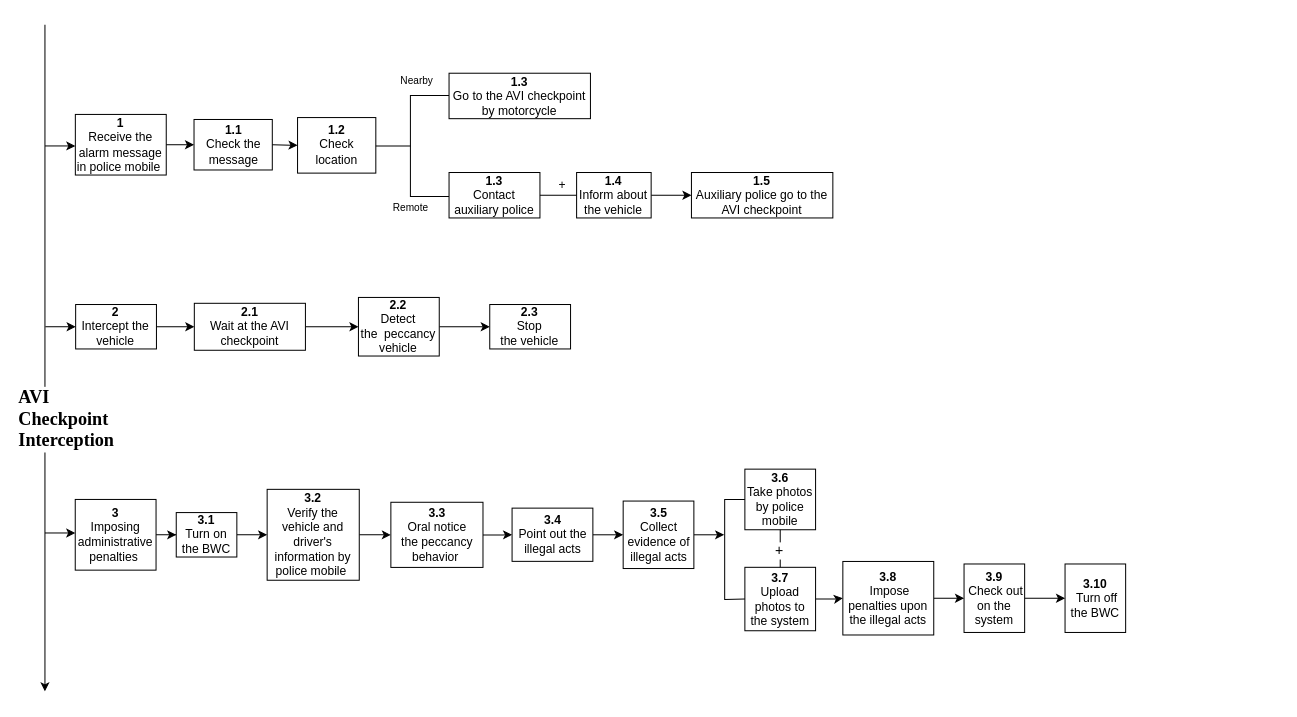
Earlier version of the draw.io diagram page "AVI" (3 of 6) of HTA_serious.drawio (PsychDuan/InfoVisual). Source tidied: cells renumbered, new cells numbered last; positions are measured from the earlier drawing's top-left corner, leaving out a move shared by most shapes. Both pictures are drawn from the tidied source at 101%, with x=0, y=0 at pixel (44, 24).
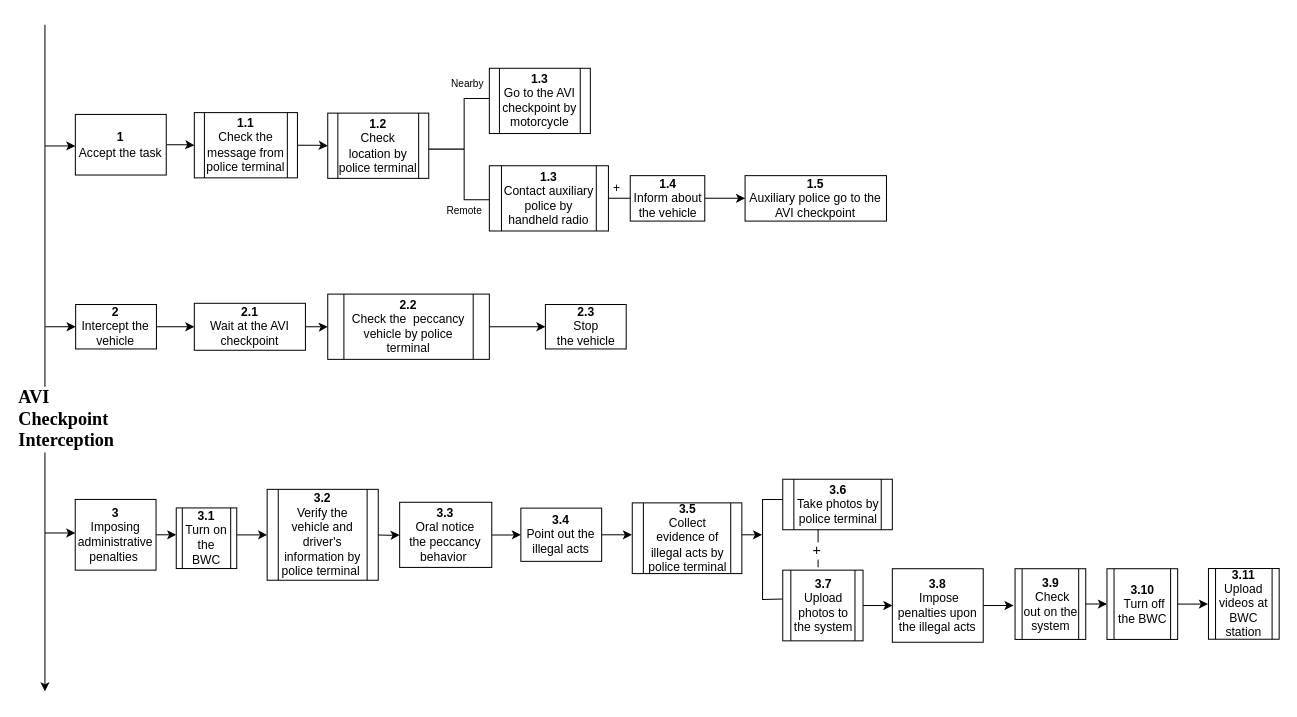
The same diagram, later.

Unchanged cells that the change refers to:
```xml
<mxCell id="30" value="&lt;b&gt;2.1&lt;br&gt;&lt;/b&gt;Wait at the AVI checkpoint" style="whiteSpace=wrap;html=1;rounded=0;" parent="1" vertex="1">
  <mxGeometry x="147.9" y="275.8" width="110" height="46.5" as="geometry" />
</mxCell>
<mxCell id="44" value="&lt;b&gt;3&lt;br&gt;&lt;/b&gt;Imposing administrative penalties&amp;nbsp;" style="whiteSpace=wrap;html=1;rounded=0;" parent="1" vertex="1">
  <mxGeometry x="30" y="470" width="80" height="70" as="geometry" />
</mxCell>
```

Change to the diagram source:
```diff
@@
+    <mxCell id="58" style="edgeStyle=orthogonalEdgeStyle;rounded=0;jettySize=auto;html=1;" parent="1" edge="1" source="5" target="61">
+      <mxGeometry relative="1" as="geometry" />
+    </mxCell>
-    <mxCell id="5" value="&lt;b&gt;1&lt;/b&gt;&lt;br&gt;Receive the alarm message&lt;br&gt;in police mobile&amp;nbsp;" style="rounded=0;whiteSpace=wrap;html=1;" parent="1" vertex="1">
+    <mxCell id="5" value="&lt;b&gt;1&lt;/b&gt;&lt;br&gt;Accept the task" style="rounded=0;whiteSpace=wrap;html=1;" parent="1" vertex="1">
       <mxGeometry x="30.1" y="88.8" width="90" height="60" as="geometry" />
     </mxCell>
@@
     <mxCell id="9" style="strokeWidth=1;html=1;shape=mxgraph.flowchart.annotation_2;align=left;labelPosition=right;" parent="1" vertex="1">
-      <mxGeometry x="323.6" y="70" width="76.5" height="100.1" as="geometry" />
+      <mxGeometry x="376.8" y="73.1" width="76.5" height="100.1" as="geometry" />
     </mxCell>
     <mxCell id="10" style="shape=table;startSize=0;childLayout=tableLayout;rowLines=0;fontStyle=0;align=center;strokeColor=none;fillColor=none;" parent="1" vertex="1">
-      <mxGeometry x="314.4" y="40" width="95" height="30" as="geometry" />
+      <mxGeometry x="364.5" y="43.1" width="95" height="30" as="geometry" />
     </mxCell>
@@
     <mxCell id="14" style="shape=table;startSize=0;childLayout=tableLayout;rowLines=0;fontStyle=0;align=center;strokeColor=none;fillColor=none;" parent="1" vertex="1">
-      <mxGeometry x="296.9" y="171" width="130" height="20.3" as="geometry" />
+      <mxGeometry x="350" y="174.1" width="130" height="20.3" as="geometry" />
     </mxCell>
@@
-    <mxCell id="18" value="&lt;b&gt;1.1&lt;/b&gt;&lt;br&gt;Check the message" style="whiteSpace=wrap;html=1;rounded=0;" parent="1" vertex="1">
-      <mxGeometry x="147.6" y="93.8" width="77.5" height="50" as="geometry" />
-    </mxCell>
-    <mxCell id="19" value="&lt;b&gt;1.2&lt;br&gt;&lt;/b&gt;Check location" style="whiteSpace=wrap;html=1;rounded=0;" parent="1" vertex="1">
-      <mxGeometry x="250.1" y="91.9" width="77.5" height="55" as="geometry" />
-    </mxCell>
-    <mxCell id="20" value="&lt;b&gt;1.3&lt;/b&gt;&lt;br&gt;Go to the AVI checkpoint by motorcycle" style="whiteSpace=wrap;html=1;rounded=0;" parent="1" vertex="1">
-      <mxGeometry x="400.1" y="48" width="140" height="45" as="geometry" />
-    </mxCell>
-    <mxCell id="21" value="&lt;b&gt;1.3&lt;/b&gt;&lt;br&gt;Contact auxiliary police" style="whiteSpace=wrap;html=1;rounded=0;" parent="1" vertex="1">
-      <mxGeometry x="400.1" y="146.3" width="90" height="45" as="geometry" />
-    </mxCell>
@@
     <mxCell id="23" value="&lt;b&gt;1.4&lt;/b&gt;&lt;br&gt;Inform about the vehicle" style="whiteSpace=wrap;html=1;rounded=0;" parent="1" vertex="1">
-      <mxGeometry x="526.4" y="146.3" width="73.8" height="45" as="geometry" />
+      <mxGeometry x="579.5" y="149.4" width="73.8" height="45" as="geometry" />
     </mxCell>
-    <mxCell id="24" style="endArrow=none;html=1;rounded=0;entryX=0;entryY=0.5;entryDx=0;entryDy=0;exitX=1;exitY=0.5;exitDx=0;exitDy=0;" parent="1" edge="1" source="21" target="23">
-      <mxGeometry relative="1" as="geometry" />
+    <mxCell id="24" style="endArrow=none;html=1;rounded=0;entryX=0;entryY=0.5;entryDx=0;entryDy=0;exitX=1;exitY=0.5;exitDx=0;exitDy=0;" parent="1" edge="1" target="23">
+      <mxGeometry relative="1" as="geometry">
+        <mxPoint x="543.2" y="171.9" as="sourcePoint" />
+      </mxGeometry>
     </mxCell>
     <mxCell id="25" value="+" style="text;html=1;align=center;verticalAlign=middle;strokeColor=none;fillColor=none;" parent="1" vertex="1">
-      <mxGeometry x="502.4" y="149" width="20" height="20" as="geometry" />
+      <mxGeometry x="555.5" y="152.1" width="20" height="20" as="geometry" />
     </mxCell>
     <mxCell id="26" value="&lt;b&gt;1.5&lt;br&gt;&lt;/b&gt;Auxiliary police go to the AVI checkpoint" style="whiteSpace=wrap;html=1;rounded=0;" parent="1" vertex="1">
-      <mxGeometry x="640.1" y="146.3" width="140" height="45" as="geometry" />
+      <mxGeometry x="693.2" y="149.4" width="140" height="45" as="geometry" />
     </mxCell>
-    <mxCell id="27" style="endArrow=classic;html=1;rounded=0;fontSize=14;exitX=1;exitY=0.5;exitDx=0;exitDy=0;entryX=0;entryY=0.5;entryDx=0;entryDy=0;" parent="1" edge="1" source="5" target="18">
-      <mxGeometry relative="1" as="geometry" />
-    </mxCell>
-    <mxCell id="28" style="endArrow=classic;html=1;rounded=0;fontSize=14;exitX=1;exitY=0.5;exitDx=0;exitDy=0;entryX=0;entryY=0.5;entryDx=0;entryDy=0;" parent="1" edge="1" source="18" target="19">
-      <mxGeometry relative="1" as="geometry" />
-    </mxCell>
-    <mxCell id="29" style="edgeStyle=orthogonalEdgeStyle;rounded=0;jettySize=auto;html=1;fontSize=14;" parent="1" edge="1" source="30" target="32">
-      <mxGeometry relative="1" as="geometry" />
-    </mxCell>
+    <mxCell id="59" style="edgeStyle=orthogonalEdgeStyle;rounded=0;jettySize=auto;html=1;" parent="1" edge="1" source="30" target="64">
+      <mxGeometry relative="1" as="geometry" />
+    </mxCell>
@@
-    <mxCell id="31" style="edgeStyle=orthogonalEdgeStyle;rounded=0;jettySize=auto;html=1;fontSize=14;" parent="1" edge="1" source="32" target="33">
+    <mxCell id="31" style="edgeStyle=orthogonalEdgeStyle;rounded=0;jettySize=auto;html=1;fontSize=14;exitX=1;exitY=0.5;exitDx=0;exitDy=0;" parent="1" edge="1" source="64" target="33">
       <mxGeometry relative="1" as="geometry" />
     </mxCell>
-    <mxCell id="32" value="&lt;b&gt;2.2&lt;br&gt;&lt;/b&gt;Detect the&amp;nbsp;&amp;nbsp;peccancy vehicle" style="whiteSpace=wrap;html=1;rounded=0;" parent="1" vertex="1">
-      <mxGeometry x="310.4" y="270" width="80" height="58" as="geometry" />
-    </mxCell>
     <mxCell id="33" value="&lt;b&gt;2.3&lt;br&gt;&lt;/b&gt;Stop&lt;br&gt;the vehicle" style="whiteSpace=wrap;html=1;rounded=0;" parent="1" vertex="1">
-      <mxGeometry x="440.4" y="277" width="80" height="44" as="geometry" />
+      <mxGeometry x="495.5" y="277" width="80" height="44" as="geometry" />
     </mxCell>
-    <mxCell id="34" style="edgeStyle=orthogonalEdgeStyle;rounded=0;jettySize=auto;html=1;fontSize=14;" parent="1" edge="1" source="35" target="37">
-      <mxGeometry relative="1" as="geometry" />
+    <mxCell id="34" style="edgeStyle=orthogonalEdgeStyle;rounded=0;jettySize=auto;html=1;fontSize=14;" parent="1" edge="1" target="37">
+      <mxGeometry relative="1" as="geometry">
+        <mxPoint x="320" y="505" as="sourcePoint" />
+      </mxGeometry>
     </mxCell>
-    <mxCell id="35" value="&lt;b&gt;3.2&lt;br&gt;&lt;/b&gt;Verify the vehicle and driver's information by police mobile&amp;nbsp;" style="whiteSpace=wrap;html=1;rounded=0;" parent="1" vertex="1">
-      <mxGeometry x="220" y="460" width="91.2" height="90" as="geometry" />
-    </mxCell>
@@
     <mxCell id="37" value="&lt;b&gt;3.3&lt;br&gt;&lt;/b&gt;Oral notice the&amp;nbsp;peccancy behavior&amp;nbsp;" style="whiteSpace=wrap;html=1;rounded=0;" parent="1" vertex="1">
-      <mxGeometry x="342.5" y="472.8" width="91.2" height="64.5" as="geometry" />
+      <mxGeometry x="351.2" y="472.8" width="91.2" height="64.5" as="geometry" />
     </mxCell>
-    <mxCell id="38" style="edgeStyle=orthogonalEdgeStyle;rounded=0;jettySize=auto;html=1;fontSize=14;" parent="1" edge="1" source="39" target="41">
-      <mxGeometry relative="1" as="geometry" />
+    <mxCell id="38" style="edgeStyle=orthogonalEdgeStyle;rounded=0;jettySize=auto;html=1;fontSize=14;" parent="1" edge="1" source="39">
+      <mxGeometry relative="1" as="geometry">
+        <mxPoint x="581.2" y="505" as="targetPoint" />
+      </mxGeometry>
     </mxCell>
     <mxCell id="39" value="&lt;b&gt;3.4&lt;br&gt;&lt;/b&gt;Point out the illegal acts" style="whiteSpace=wrap;html=1;rounded=0;" parent="1" vertex="1">
-      <mxGeometry x="462.5" y="478.6" width="80" height="52.7" as="geometry" />
+      <mxGeometry x="471.2" y="478.6" width="80" height="52.7" as="geometry" />
     </mxCell>
-    <mxCell id="40" style="edgeStyle=orthogonalEdgeStyle;rounded=0;jettySize=auto;html=1;fontSize=14;" parent="1" edge="1" source="41">
+    <mxCell id="40" style="edgeStyle=orthogonalEdgeStyle;rounded=0;orthogonalLoop=1;jettySize=auto;html=1;fontSize=14;" parent="1" edge="1">
       <mxGeometry relative="1" as="geometry">
-        <mxPoint x="672.5" y="505" as="targetPoint" />
+        <mxPoint x="680" y="505" as="sourcePoint" />
+        <mxPoint x="710" y="505" as="targetPoint" />
       </mxGeometry>
     </mxCell>
-    <mxCell id="41" value="&lt;b&gt;3.5&lt;br&gt;&lt;/b&gt;Collect evidence of illegal acts" style="whiteSpace=wrap;html=1;rounded=0;" parent="1" vertex="1">
-      <mxGeometry x="572.5" y="471.6" width="70" height="66.8" as="geometry" />
-    </mxCell>
@@
-    <mxCell id="43" style="edgeStyle=orthogonalEdgeStyle;rounded=0;jettySize=auto;html=1;fontSize=14;" parent="1" edge="1" source="44" target="46">
-      <mxGeometry relative="1" as="geometry" />
+    <mxCell id="43" style="edgeStyle=orthogonalEdgeStyle;rounded=0;jettySize=auto;html=1;fontSize=14;" parent="1" edge="1" source="44">
+      <mxGeometry relative="1" as="geometry">
+        <mxPoint x="130" y="505.1" as="targetPoint" />
+      </mxGeometry>
     </mxCell>
@@
-    <mxCell id="45" style="edgeStyle=orthogonalEdgeStyle;rounded=0;jettySize=auto;html=1;fontSize=14;" parent="1" edge="1" source="46" target="35">
-      <mxGeometry relative="1" as="geometry" />
+    <mxCell id="45" style="edgeStyle=orthogonalEdgeStyle;rounded=0;orthogonalLoop=1;jettySize=auto;html=1;fontSize=14;" parent="1" edge="1">
+      <mxGeometry relative="1" as="geometry">
+        <mxPoint x="190" y="505.1" as="sourcePoint" />
+        <mxPoint x="220" y="505" as="targetPoint" />
+      </mxGeometry>
     </mxCell>
-    <mxCell id="46" value="&lt;b&gt;3.1&lt;br&gt;&lt;/b&gt;Turn on the BWC" style="whiteSpace=wrap;html=1;rounded=0;" parent="1" vertex="1">
-      <mxGeometry x="130" y="483" width="60" height="44" as="geometry" />
-    </mxCell>
-    <mxCell id="47" style="edgeStyle=orthogonalEdgeStyle;rounded=0;jettySize=auto;html=1;fontSize=14;" parent="1" edge="1" source="48" target="54">
-      <mxGeometry relative="1" as="geometry" />
-    </mxCell>
-    <mxCell id="48" value="&lt;b&gt;3.7&lt;br&gt;&lt;/b&gt;Upload photos to the system" style="whiteSpace=wrap;html=1;rounded=0;" parent="1" vertex="1">
-      <mxGeometry x="693" y="537.2" width="70" height="62.8" as="geometry" />
-    </mxCell>
-    <mxCell id="49" value="&lt;b&gt;3.6&lt;br&gt;&lt;/b&gt;Take photos by police mobile" style="whiteSpace=wrap;html=1;rounded=0;" parent="1" vertex="1">
-      <mxGeometry x="693" y="440" width="70" height="60" as="geometry" />
-    </mxCell>
-    <mxCell id="50" style="endArrow=none;html=1;rounded=0;fontSize=14;entryX=0.5;entryY=1;entryDx=0;entryDy=0;exitX=0.5;exitY=0;exitDx=0;exitDy=0;" parent="1" edge="1" source="48" target="49">
-      <mxGeometry relative="1" as="geometry" />
+    <mxCell id="50" style="endArrow=none;html=1;rounded=0;fontSize=14;entryX=0.5;entryY=1;entryDx=0;entryDy=0;exitX=0.5;exitY=0;exitDx=0;exitDy=0;" parent="1" edge="1">
+      <mxGeometry relative="1" as="geometry">
+        <mxPoint x="765.5" y="537.2" as="sourcePoint" />
+        <mxPoint x="765.5" y="500" as="targetPoint" />
+      </mxGeometry>
     </mxCell>
@@
-    <mxCell id="52" style="endArrow=none;html=1;rounded=0;fontSize=14;entryX=0;entryY=0.5;entryDx=0;entryDy=0;exitX=0;exitY=0.5;exitDx=0;exitDy=0;" parent="1" edge="1" source="48" target="49">
+    <mxCell id="52" style="endArrow=none;html=1;rounded=0;fontSize=14;entryX=0;entryY=0.5;entryDx=0;entryDy=0;exitX=0;exitY=0.5;exitDx=0;exitDy=0;" parent="1" edge="1">
       <mxGeometry relative="1" as="geometry">
+        <mxPoint x="730.5" y="568.6" as="sourcePoint" />
+        <mxPoint x="730.5" y="470" as="targetPoint" />
         <Array as="points">
-          <mxPoint x="673" y="569" />
-          <mxPoint x="673" y="520" />
-          <mxPoint x="673" y="470" />
+          <mxPoint x="710.5" y="569" />
+          <mxPoint x="710.5" y="520" />
+          <mxPoint x="710.5" y="470" />
         </Array>
       </mxGeometry>
     </mxCell>
-    <mxCell id="53" style="edgeStyle=orthogonalEdgeStyle;rounded=0;jettySize=auto;html=1;fontSize=14;" parent="1" edge="1" source="54" target="56">
-      <mxGeometry relative="1" as="geometry" />
+    <mxCell id="53" style="edgeStyle=orthogonalEdgeStyle;rounded=0;jettySize=auto;html=1;fontSize=14;" parent="1" edge="1" source="54">
+      <mxGeometry relative="1" as="geometry">
+        <mxPoint x="959" y="575.1" as="targetPoint" />
+      </mxGeometry>
     </mxCell>
     <mxCell id="54" value="&lt;b&gt;3.8&lt;br&gt;&lt;/b&gt;&amp;nbsp;Impose penalties upon the illegal acts" style="whiteSpace=wrap;html=1;rounded=0;" parent="1" vertex="1">
-      <mxGeometry x="790" y="531.4" width="90" height="72.8" as="geometry" />
+      <mxGeometry x="839" y="538.6" width="90" height="72.8" as="geometry" />
     </mxCell>
+    <mxCell id="60" style="edgeStyle=orthogonalEdgeStyle;rounded=0;jettySize=auto;html=1;" parent="1" edge="1" source="61" target="62">
+      <mxGeometry relative="1" as="geometry" />
+    </mxCell>
+    <mxCell id="61" value="&lt;b&gt;1.1&lt;/b&gt;&lt;br&gt;&lt;span&gt;Check the message from police terminal&lt;/span&gt;" style="shape=process;whiteSpace=wrap;html=1;backgroundOutline=1;strokeColor=#000000;fillColor=#FFFFFF;" parent="1" vertex="1">
+      <mxGeometry x="147.9" y="87" width="102.1" height="64.6" as="geometry" />
+    </mxCell>
+    <mxCell id="62" value="&lt;b&gt;1.2&lt;br&gt;&lt;/b&gt;Check location by police terminal" style="shape=process;whiteSpace=wrap;html=1;backgroundOutline=1;strokeColor=#000000;fillColor=#FFFFFF;" parent="1" vertex="1">
+      <mxGeometry x="280" y="87.5" width="100" height="64.6" as="geometry" />
+    </mxCell>
+    <mxCell id="20" value="&lt;b&gt;1.3&lt;/b&gt;&lt;br&gt;Go to the AVI checkpoint by motorcycle" style="shape=process;whiteSpace=wrap;html=1;backgroundOutline=1;strokeColor=#000000;fillColor=#FFFFFF;" parent="1" vertex="1">
+      <mxGeometry x="440" y="43.1" width="100" height="64.6" as="geometry" />
+    </mxCell>
+    <mxCell id="63" value="&lt;b&gt;1.3&lt;/b&gt;&lt;br&gt;Contact auxiliary police by handheld radio" style="shape=process;whiteSpace=wrap;html=1;backgroundOutline=1;strokeColor=#000000;fillColor=#FFFFFF;" parent="1" vertex="1">
+      <mxGeometry x="440" y="139.6" width="117.9" height="64.6" as="geometry" />
+    </mxCell>
+    <mxCell id="64" value="&lt;b&gt;2.2&lt;br&gt;&lt;/b&gt;Check the&amp;nbsp;&amp;nbsp;peccancy vehicle by police terminal" style="shape=process;whiteSpace=wrap;html=1;backgroundOutline=1;strokeColor=#000000;fillColor=#FFFFFF;" parent="1" vertex="1">
+      <mxGeometry x="280" y="266.7" width="160" height="64.6" as="geometry" />
+    </mxCell>
+    <mxCell id="46" value="&lt;b&gt;3.1&lt;br&gt;&lt;/b&gt;&lt;span&gt;Turn on the BWC&lt;/span&gt;" style="shape=process;whiteSpace=wrap;html=1;backgroundOutline=1;strokeColor=#000000;fillColor=#FFFFFF;" parent="1" vertex="1">
+      <mxGeometry x="130" y="478.4" width="59.9" height="60" as="geometry" />
+    </mxCell>
+    <mxCell id="65" value="&lt;b&gt;3.2&lt;br&gt;&lt;/b&gt;Verify the vehicle and driver's information by police terminal&amp;nbsp;" style="shape=process;whiteSpace=wrap;html=1;backgroundOutline=1;strokeColor=#000000;fillColor=#FFFFFF;" parent="1" vertex="1">
+      <mxGeometry x="220" y="460" width="110" height="90" as="geometry" />
+    </mxCell>
+    <mxCell id="66" value="&lt;b&gt;3.5&lt;br&gt;&lt;/b&gt;Collect evidence of illegal acts by police terminal" style="shape=process;whiteSpace=wrap;html=1;backgroundOutline=1;strokeColor=#000000;fillColor=#FFFFFF;" parent="1" vertex="1">
+      <mxGeometry x="581.5" y="473.4" width="108.5" height="70" as="geometry" />
+    </mxCell>
+    <mxCell id="67" value="&lt;b&gt;3.6&lt;br&gt;&lt;/b&gt;Take photos by police terminal" style="shape=process;whiteSpace=wrap;html=1;backgroundOutline=1;strokeColor=#000000;fillColor=#FFFFFF;" parent="1" vertex="1">
+      <mxGeometry x="730.5" y="450" width="108.5" height="50" as="geometry" />
+    </mxCell>
+    <mxCell id="47" style="edgeStyle=orthogonalEdgeStyle;rounded=0;jettySize=auto;html=1;entryX=0;entryY=0.5;entryDx=0;entryDy=0;" parent="1" edge="1" source="48" target="54">
+      <mxGeometry relative="1" as="geometry" />
+    </mxCell>
+    <mxCell id="48" value="&lt;b&gt;3.7&lt;br&gt;&lt;/b&gt;Upload photos to the system" style="shape=process;whiteSpace=wrap;html=1;backgroundOutline=1;strokeColor=#000000;fillColor=#FFFFFF;" parent="1" vertex="1">
+      <mxGeometry x="730.5" y="540" width="79.5" height="70" as="geometry" />
+    </mxCell>
-    <mxCell id="55" style="edgeStyle=orthogonalEdgeStyle;rounded=0;jettySize=auto;html=1;fontSize=14;" parent="1" edge="1" source="56" target="57">
+    <mxCell id="55" style="edgeStyle=orthogonalEdgeStyle;rounded=0;jettySize=auto;html=1;" parent="1" edge="1" source="56" target="57">
       <mxGeometry relative="1" as="geometry" />
     </mxCell>
-    <mxCell id="56" value="&lt;b&gt;3.9&lt;br&gt;&lt;/b&gt;&amp;nbsp;Check out on the system" style="whiteSpace=wrap;html=1;rounded=0;" parent="1" vertex="1">
-      <mxGeometry x="910" y="533.9" width="60" height="67.8" as="geometry" />
+    <mxCell id="56" value="&lt;b&gt;3.9&lt;br&gt;&lt;/b&gt;&amp;nbsp;Check out on the system" style="shape=process;whiteSpace=wrap;html=1;backgroundOutline=1;strokeColor=#000000;fillColor=#FFFFFF;" parent="1" vertex="1">
+      <mxGeometry x="960.5" y="538.6" width="70" height="70" as="geometry" />
     </mxCell>
+    <mxCell id="68" style="edgeStyle=orthogonalEdgeStyle;rounded=0;jettySize=auto;html=1;" parent="1" edge="1" source="57">
+      <mxGeometry relative="1" as="geometry">
+        <mxPoint x="1151.5" y="573.6" as="targetPoint" />
+      </mxGeometry>
+    </mxCell>
-    <mxCell id="57" value="&lt;b&gt;3.10&lt;br&gt;&lt;/b&gt;&amp;nbsp;Turn off the BWC" style="whiteSpace=wrap;html=1;rounded=0;" parent="1" vertex="1">
-      <mxGeometry x="1010" y="533.9" width="60" height="67.8" as="geometry" />
+    <mxCell id="57" value="&lt;b&gt;3.10&lt;br&gt;&lt;/b&gt;&amp;nbsp;Turn off the BWC" style="shape=process;whiteSpace=wrap;html=1;backgroundOutline=1;strokeColor=#000000;fillColor=#FFFFFF;" parent="1" vertex="1">
+      <mxGeometry x="1051.5" y="538.6" width="70" height="70" as="geometry" />
     </mxCell>
+    <mxCell id="69" value="&lt;b&gt;3.11&lt;br&gt;&lt;/b&gt;Upload videos at BWC station" style="shape=process;whiteSpace=wrap;html=1;backgroundOutline=1;strokeColor=#000000;fillColor=#FFFFFF;" parent="1" vertex="1">
+      <mxGeometry x="1152" y="538.4" width="70" height="70" as="geometry" />
+    </mxCell>
```
